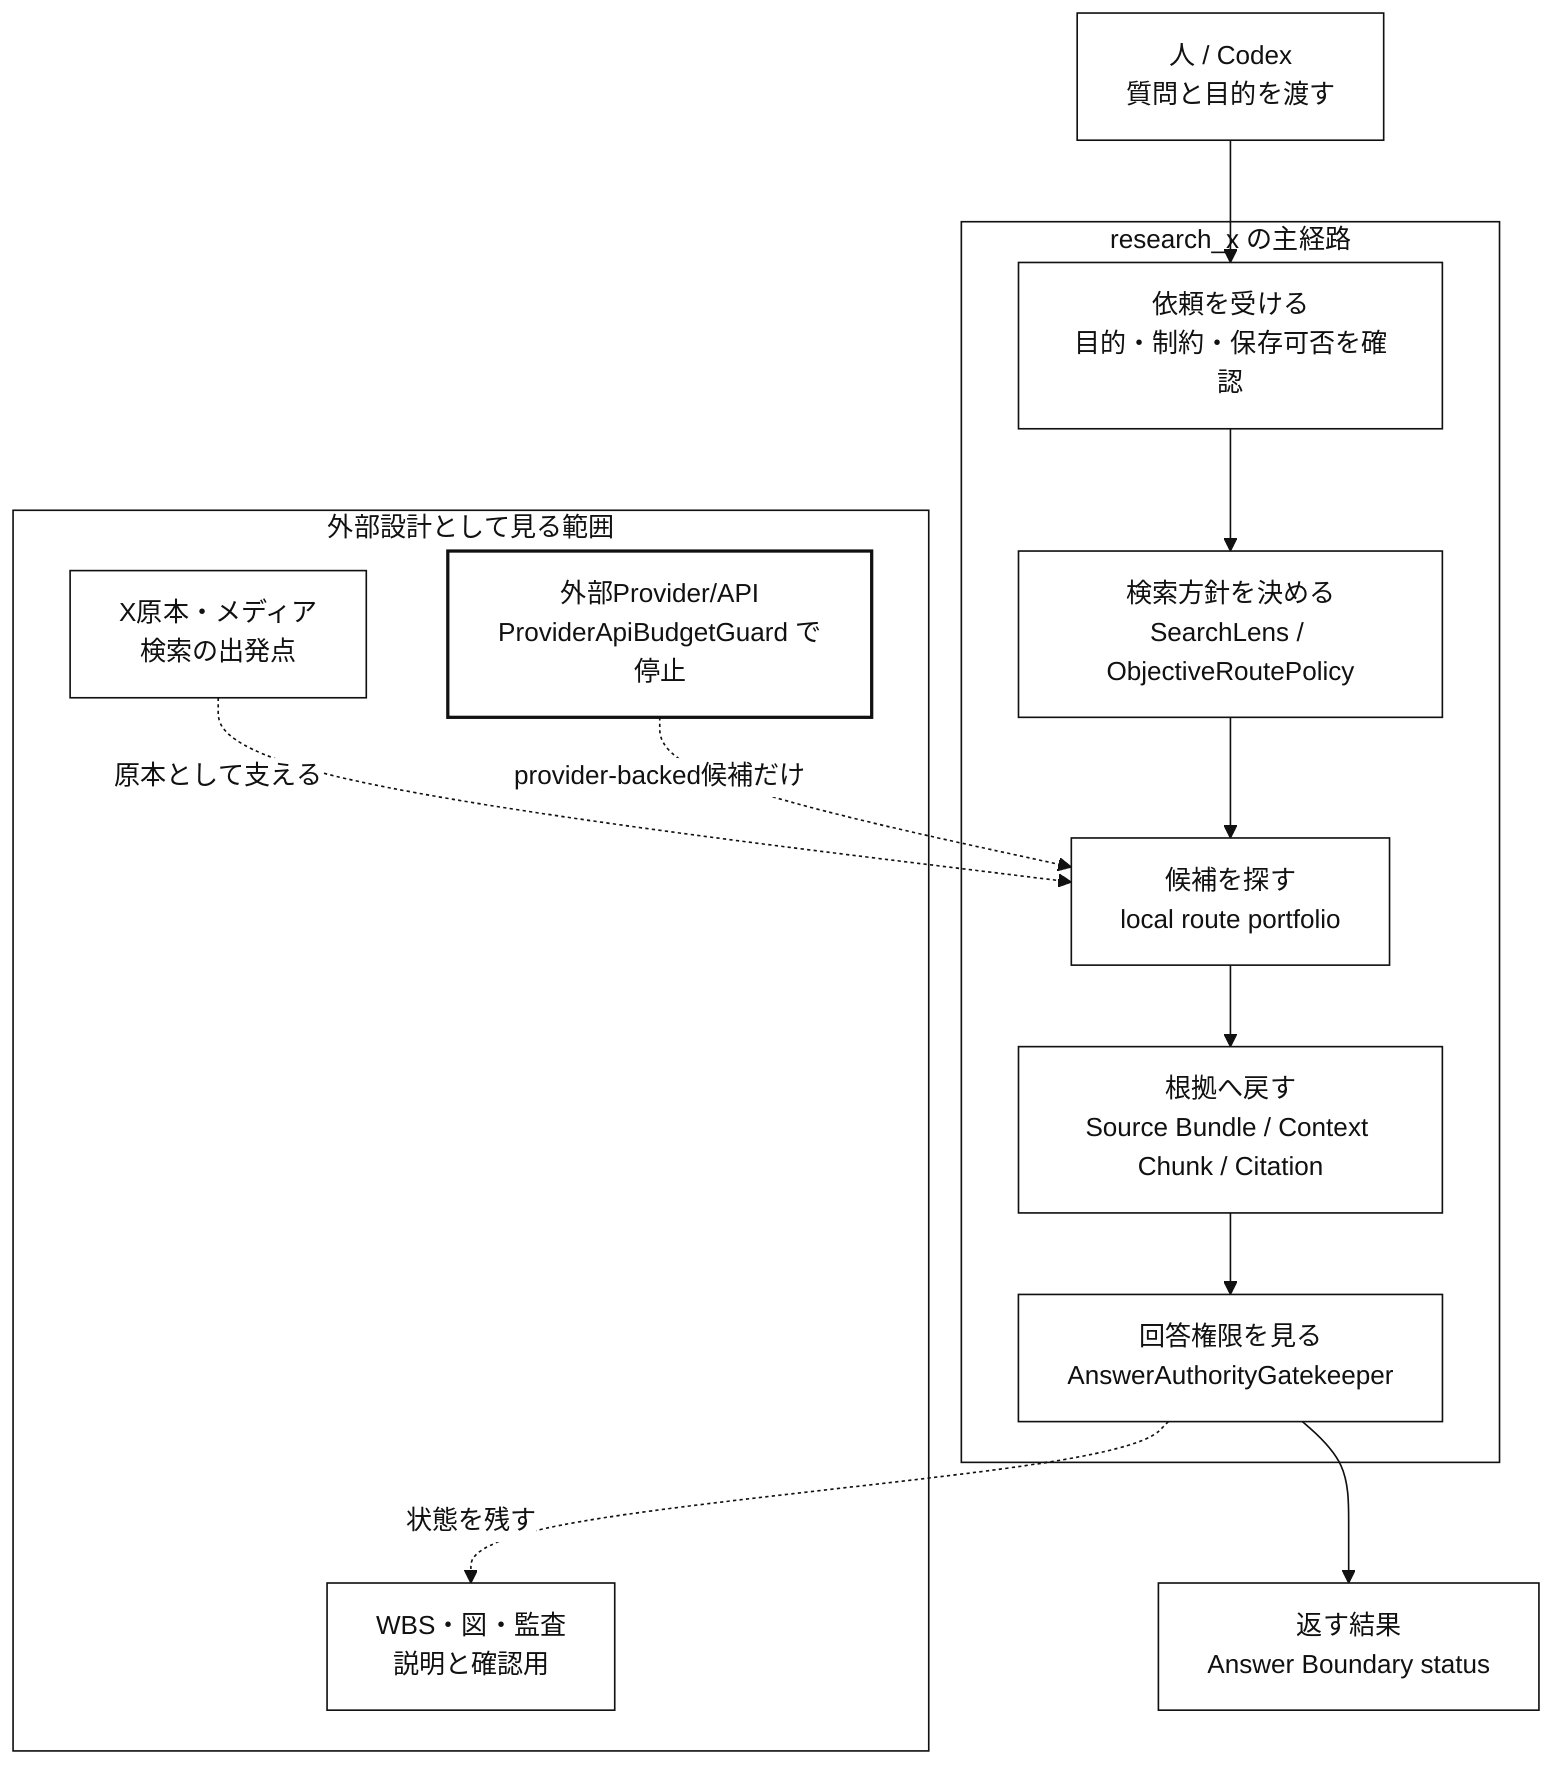
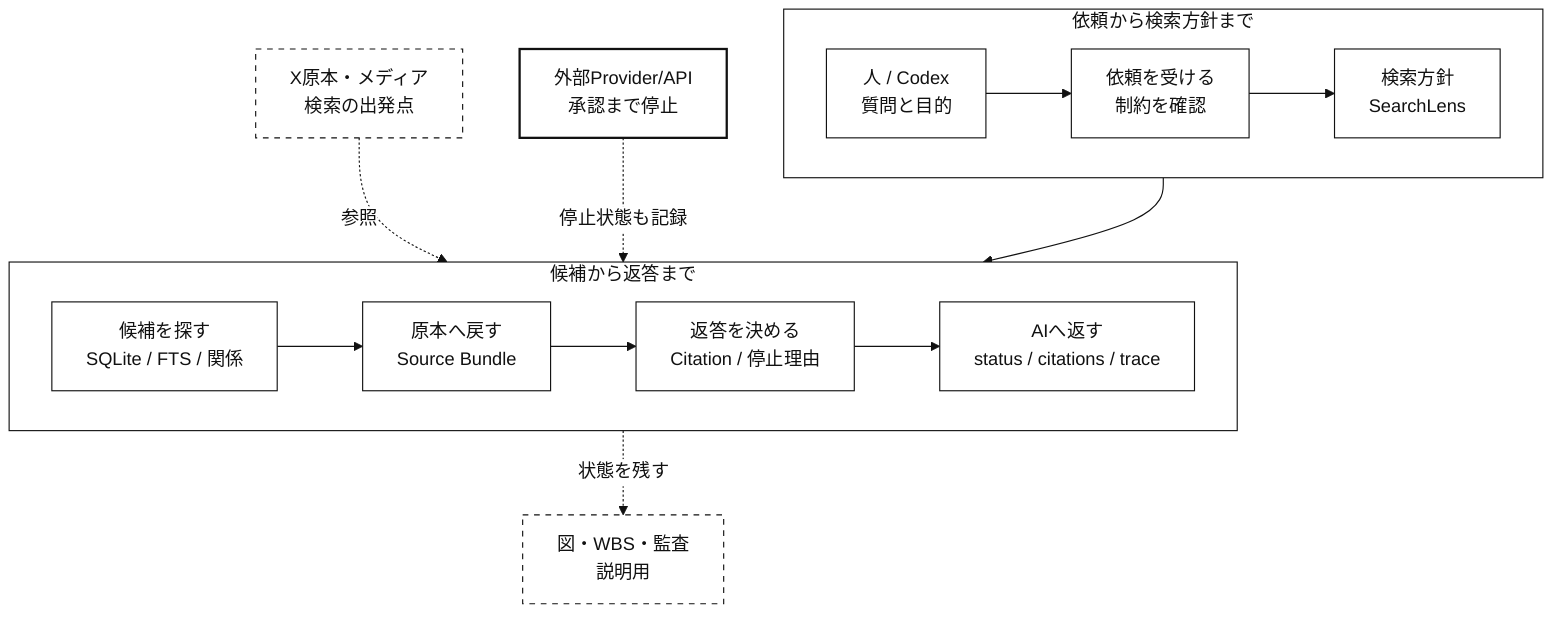
%%{init: {"theme":"base","themeVariables":{"background":"#ffffff","primaryColor":"#ffffff","primaryBorderColor":"#111111","primaryTextColor":"#111111","secondaryColor":"#ffffff","secondaryBorderColor":"#111111","secondaryTextColor":"#111111","tertiaryColor":"#ffffff","tertiaryBorderColor":"#111111","tertiaryTextColor":"#111111","lineColor":"#111111","textColor":"#111111","mainBkg":"#ffffff","secondBkg":"#ffffff","actorBkg":"#ffffff","actorBorder":"#111111","actorTextColor":"#111111","activationBkgColor":"#ffffff","activationBorderColor":"#111111","noteBkgColor":"#ffffff","noteBorderColor":"#111111","labelBoxBkgColor":"#ffffff","labelBoxBorderColor":"#111111","signalColor":"#111111","signalTextColor":"#111111","loopTextColor":"#111111"}}}%%
flowchart TB
-   %% 現状の全体アーキテクチャ図: 質問から返答までの主経路と、周辺の外部設計面を見る
+   %% 現状の全体アーキテクチャ図: 質問から返答までの主経路を読む

  classDef main fill:#ffffff,stroke:#111111,color:#111111
-   classDef input fill:#ffffff,stroke:#111111,color:#111111
+   classDef note fill:#ffffff,stroke:#111111,color:#111111,stroke-dasharray: 5 5
  classDef gate fill:#ffffff,stroke:#111111,color:#111111,stroke-width:2px
-   classDef support fill:#ffffff,stroke:#111111,color:#111111

-   question["人 / Codex<br/>質問と目的を渡す"]:::input
+   start["人 / Codex<br/>質問と目的"]:::main
+   receive["依頼を受ける<br/>制約を確認"]:::main
+   lens["検索方針<br/>SearchLens"]:::main
+   routes["候補を探す<br/>SQLite / FTS / 関係"]:::main
+   source["原本へ戻す<br/>Source Bundle"]:::main
+   judge["返答を決める<br/>Citation / 停止理由"]:::main
+   result["AIへ返す<br/>status / citations / trace"]:::main

-   subgraph core["research_x の主経路"]
-     receive["依頼を受ける<br/>目的・制約・保存可否を確認"]:::main
-     policy["検索方針を決める<br/>SearchLens / ObjectiveRoutePolicy"]:::main
-     search["候補を探す<br/>local route portfolio"]:::main
-     restore["根拠へ戻す<br/>Source Bundle / Context Chunk / Citation"]:::main
-     decide["回答権限を見る<br/>AnswerAuthorityGatekeeper"]:::main
+   local["X原本・メディア<br/>検索の出発点"]:::note
+   provider["外部Provider/API<br/>承認まで停止"]:::gate
+   review["図・WBS・監査<br/>説明用"]:::note
+ 
+   subgraph row1["依頼から検索方針まで"]
+     direction LR
+     start --> receive --> lens
  end

-   result["返す結果<br/>Answer Boundary status"]:::input
- 
-   subgraph outside["外部設計として見る範囲"]
-     raw["X原本・メディア<br/>検索の出発点"]:::support
-     provider["外部Provider/API<br/>ProviderApiBudgetGuard で停止"]:::gate
-     review["WBS・図・監査<br/>説明と確認用"]:::support
+   subgraph row2["候補から返答まで"]
+     direction LR
+     routes --> source --> judge --> result
  end

-   question --> receive --> policy --> search --> restore --> decide --> result
-   raw -. "原本として支える" .-> search
-   provider -. "provider-backed候補だけ" .-> search
-   decide -. "状態を残す" .-> review
+   lens --> routes
+   local -. "参照" .-> routes
+   provider -. "停止状態も記録" .-> routes
+   result -. "状態を残す" .-> review
